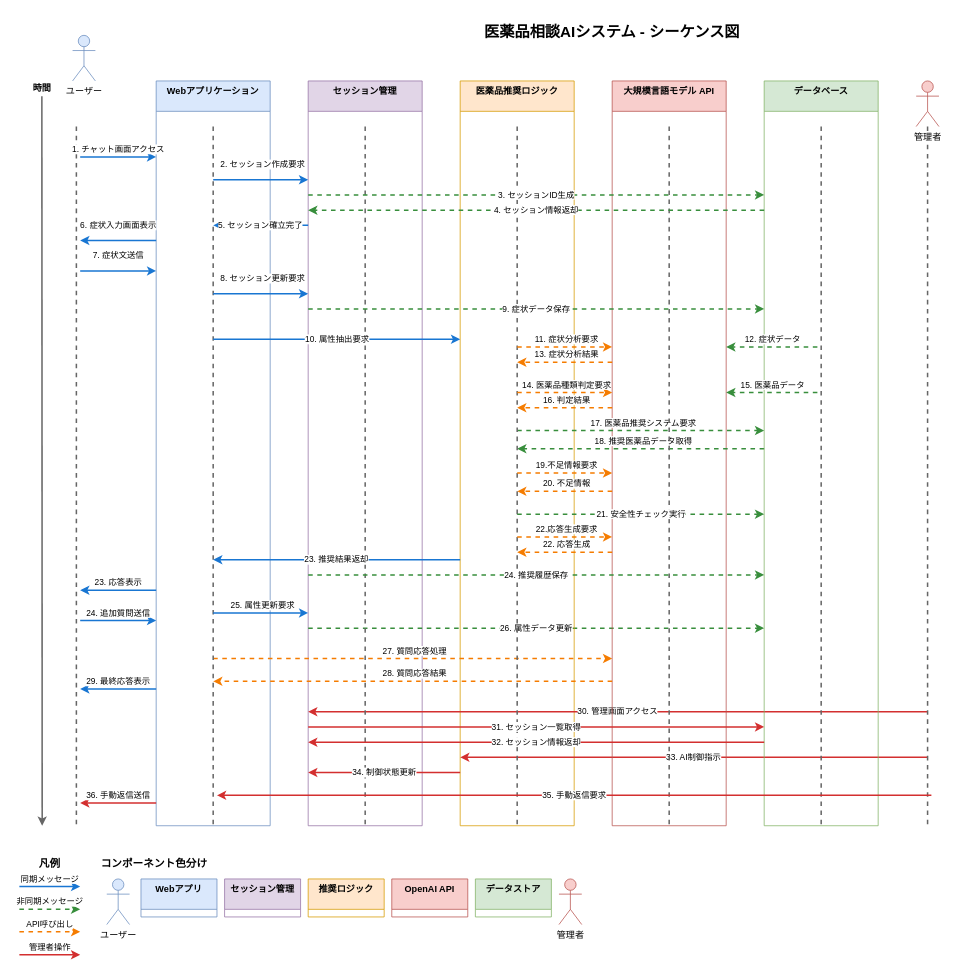
32Lwk/medicine-recommend-system keeps this draw.io diagram as docs/drowio/enhanced_sequence_diagram.drawio. Above is the earlier version. Source tidied: cells renumbered, new cells numbered last; positions are measured from the earlier drawing's top-left corner, leaving out a move shared by most shapes. Both pictures are drawn from the tidied source at 76%, with x=0, y=0 at pixel (19, 20).
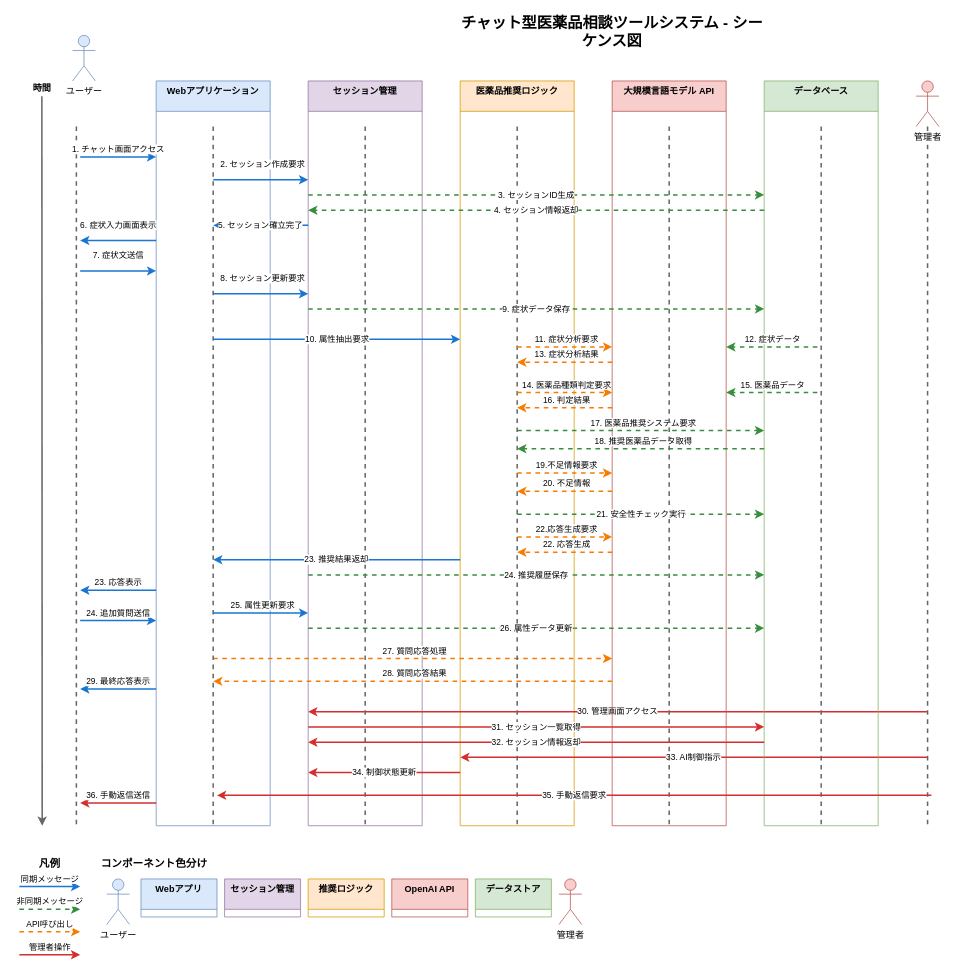
Above is the later version.

Change to the diagram source:
```diff
@@
-    <mxCell id="2" value="医薬品相談AIシステム - シーケンス図" style="text;html=1;strokeColor=none;fillColor=none;align=center;verticalAlign=middle;whiteSpace=wrap;rounded=0;fontSize=20;fontStyle=1;" parent="1" vertex="1">
+    <mxCell id="2" value="チャット型医薬品相談ツールシステム - シーケンス図" style="text;html=1;strokeColor=none;fillColor=none;align=center;verticalAlign=middle;whiteSpace=wrap;rounded=0;fontSize=20;fontStyle=1;" parent="1" vertex="1">
       <mxGeometry x="580" width="400" height="30" as="geometry" />
     </mxCell>
```
